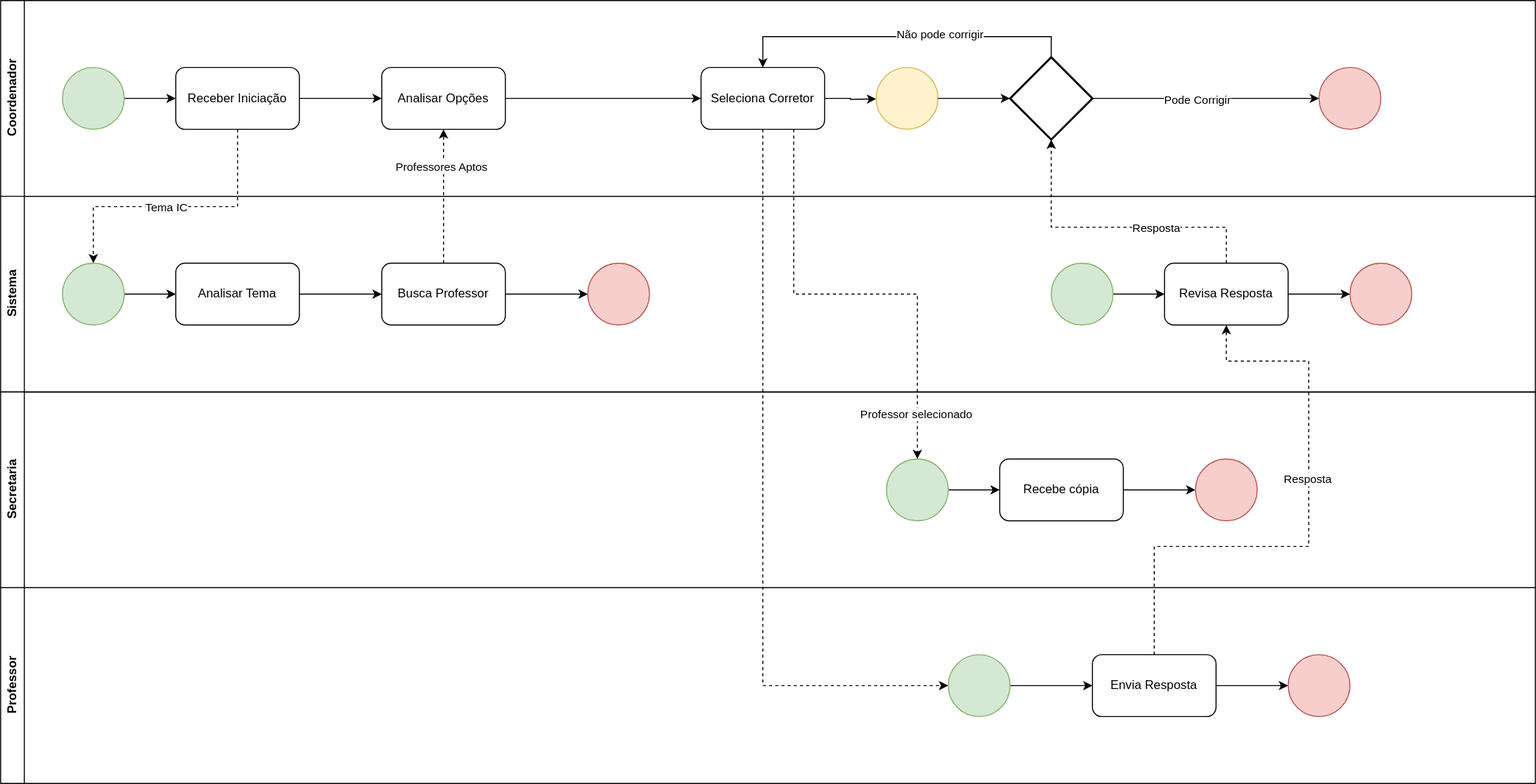
Above: BuscarProfessor.drawio.svg in JesCat16/Automacao_IC_GestaoDeProjeto (draw.io), before the change. Source tidied: cells renumbered, new cells last; positions are measured from the earlier drawing's top-left corner, leaving out a move shared by most shapes.
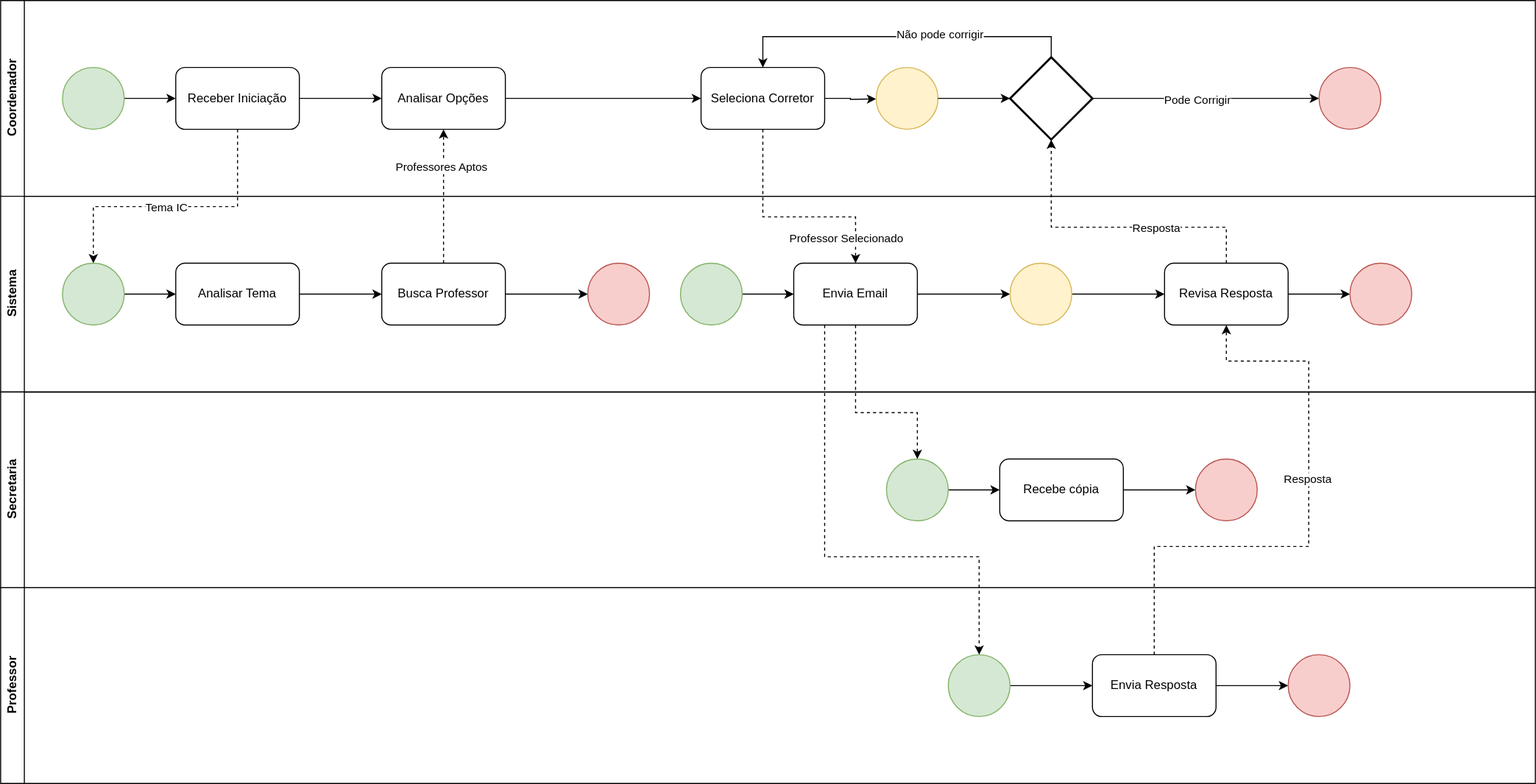
Above is the later version.

Diff of the diagram source:
```diff
@@ -83,11 +83,11 @@
     <mxCell id="26" style="ellipse;whiteSpace=wrap;html=1;fillColor=#f8cecc;strokeColor=#b85450;" parent="19" vertex="1">
       <mxGeometry x="570" y="65" width="60" height="60" as="geometry" />
     </mxCell>
-    <mxCell id="27" style="edgeStyle=orthogonalEdgeStyle;rounded=0;jettySize=auto;html=1;" parent="19" edge="1" source="28" target="30">
-      <mxGeometry relative="1" as="geometry" />
-    </mxCell>
+    <mxCell id="55" style="edgeStyle=orthogonalEdgeStyle;rounded=0;jettySize=auto;html=1;" parent="19" edge="1" source="28" target="57">
+      <mxGeometry relative="1" as="geometry" />
+    </mxCell>
     <mxCell id="28" style="ellipse;whiteSpace=wrap;html=1;fillColor=#d5e8d4;strokeColor=#82b366;" parent="19" vertex="1">
-      <mxGeometry x="1020" y="65" width="60" height="60" as="geometry" />
+      <mxGeometry x="660" y="65" width="60" height="60" as="geometry" />
     </mxCell>
     <mxCell id="29" style="edgeStyle=orthogonalEdgeStyle;rounded=0;jettySize=auto;html=1;exitX=1;exitY=0.5;exitDx=0;exitDy=0;entryX=0;entryY=0.5;entryDx=0;entryDy=0;" parent="19" edge="1" source="30" target="31">
       <mxGeometry relative="1" as="geometry" />
@@ -98,6 +98,18 @@
     <mxCell id="31" style="ellipse;whiteSpace=wrap;html=1;fillColor=#f8cecc;strokeColor=#b85450;" parent="19" vertex="1">
       <mxGeometry x="1310" y="65" width="60" height="60" as="geometry" />
     </mxCell>
+    <mxCell id="56" style="edgeStyle=orthogonalEdgeStyle;rounded=0;jettySize=auto;html=1;exitX=1;exitY=0.5;exitDx=0;exitDy=0;entryX=0;entryY=0.5;entryDx=0;entryDy=0;" parent="19" edge="1" source="57" target="59">
+      <mxGeometry relative="1" as="geometry" />
+    </mxCell>
+    <mxCell id="57" value="Envia Email" style="rounded=1;whiteSpace=wrap;html=1;" parent="19" vertex="1">
+      <mxGeometry x="770" y="65" width="120" height="60" as="geometry" />
+    </mxCell>
+    <mxCell id="58" style="edgeStyle=orthogonalEdgeStyle;rounded=0;jettySize=auto;html=1;exitX=1;exitY=0.5;exitDx=0;exitDy=0;entryX=0;entryY=0.5;entryDx=0;entryDy=0;" parent="19" edge="1" source="59" target="30">
+      <mxGeometry relative="1" as="geometry" />
+    </mxCell>
+    <mxCell id="59" style="ellipse;whiteSpace=wrap;html=1;fillColor=#fff2cc;strokeColor=#d6b656;" parent="19" vertex="1">
+      <mxGeometry x="980" y="65" width="60" height="60" as="geometry" />
+    </mxCell>
     <mxCell id="32" value="Secretaria" style="swimlane;horizontal=0;whiteSpace=wrap;html=1;" parent="1" vertex="1">
       <mxGeometry y="380" width="1490" height="190" as="geometry" />
     </mxCell>
@@ -153,19 +165,6 @@
     <mxCell id="47" value="Professores Aptos" style="edgeLabel;html=1;align=center;verticalAlign=middle;" parent="46" vertex="1">
       <mxGeometry x="0.45" y="3" relative="1" as="geometry" />
     </mxCell>
-    <mxCell id="48" style="edgeStyle=orthogonalEdgeStyle;rounded=0;jettySize=auto;html=1;exitX=0.75;exitY=1;exitDx=0;exitDy=0;dashed=1;" parent="1" edge="1" source="11" target="34">
-      <mxGeometry relative="1" as="geometry" />
-    </mxCell>
-    <mxCell id="49" value="Professor selecionado" style="edgeLabel;html=1;align=center;verticalAlign=middle;" parent="48" vertex="1">
-      <mxGeometry x="0.8" y="-2" relative="1" as="geometry" />
-    </mxCell>
-    <mxCell id="50" style="edgeStyle=orthogonalEdgeStyle;rounded=0;jettySize=auto;html=1;exitX=0.5;exitY=1;exitDx=0;exitDy=0;dashed=1;" parent="1" edge="1" source="11" target="40">
-      <mxGeometry relative="1" as="geometry">
-        <Array as="points">
-          <mxPoint x="740" y="665" />
-        </Array>
-      </mxGeometry>
-    </mxCell>
     <mxCell id="51" style="edgeStyle=orthogonalEdgeStyle;rounded=0;jettySize=auto;html=1;exitX=0.5;exitY=0;exitDx=0;exitDy=0;dashed=1;entryX=0.5;entryY=1;entryDx=0;entryDy=0;" parent="1" edge="1" source="42" target="30">
       <mxGeometry relative="1" as="geometry">
         <Array as="points">
@@ -190,5 +189,34 @@
     <mxCell id="54" value="Resposta" style="edgeLabel;html=1;align=center;verticalAlign=middle;" parent="53" vertex="1">
       <mxGeometry x="-0.28" relative="1" as="geometry" />
     </mxCell>
+    <mxCell id="60" style="edgeStyle=orthogonalEdgeStyle;rounded=0;jettySize=auto;html=1;exitX=0.5;exitY=1;exitDx=0;exitDy=0;entryX=0.5;entryY=0;entryDx=0;entryDy=0;dashed=1;" parent="1" edge="1" source="11" target="57">
+      <mxGeometry relative="1" as="geometry">
+        <Array as="points">
+          <mxPoint x="740" y="210" />
+          <mxPoint x="830" y="210" />
+        </Array>
+      </mxGeometry>
+    </mxCell>
+    <mxCell id="61" value="Professor Selecionado" style="edgeLabel;html=1;align=center;verticalAlign=middle;" parent="60" vertex="1">
+      <mxGeometry x="0.15" y="2" relative="1" as="geometry">
+        <mxPoint x="38" y="22" as="offset" />
+      </mxGeometry>
+    </mxCell>
+    <mxCell id="62" style="edgeStyle=orthogonalEdgeStyle;rounded=0;jettySize=auto;html=1;exitX=0.5;exitY=1;exitDx=0;exitDy=0;entryX=0.5;entryY=0;entryDx=0;entryDy=0;dashed=1;" parent="1" edge="1" source="57" target="34">
+      <mxGeometry relative="1" as="geometry">
+        <Array as="points">
+          <mxPoint x="830" y="400" />
+          <mxPoint x="890" y="400" />
+        </Array>
+      </mxGeometry>
+    </mxCell>
+    <mxCell id="63" style="edgeStyle=orthogonalEdgeStyle;rounded=0;jettySize=auto;html=1;exitX=0.25;exitY=1;exitDx=0;exitDy=0;entryX=0.5;entryY=0;entryDx=0;entryDy=0;dashed=1;" parent="1" edge="1" source="57" target="40">
+      <mxGeometry relative="1" as="geometry">
+        <Array as="points">
+          <mxPoint x="800" y="540" />
+          <mxPoint x="950" y="540" />
+        </Array>
+      </mxGeometry>
+    </mxCell>
   </root>
 </mxGraphModel>
```
